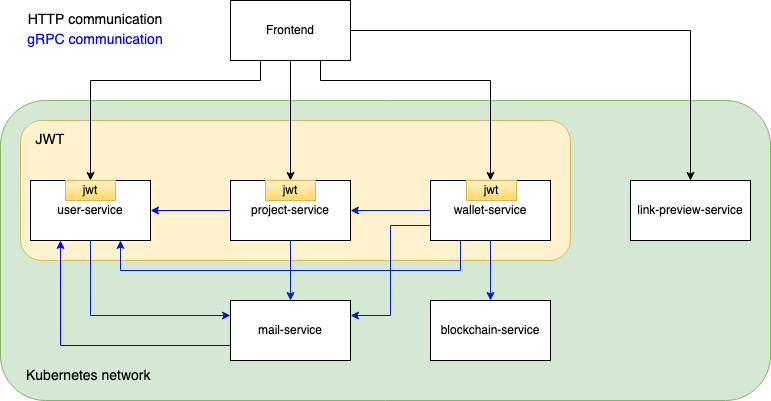
Earlier version of the draw.io export crowdfunding-architecture.png (AMPnet/ampnet-docs). Source tidied: cells renumbered, new cells last; positions are measured from the earlier drawing's top-left corner, leaving out a move shared by most shapes.
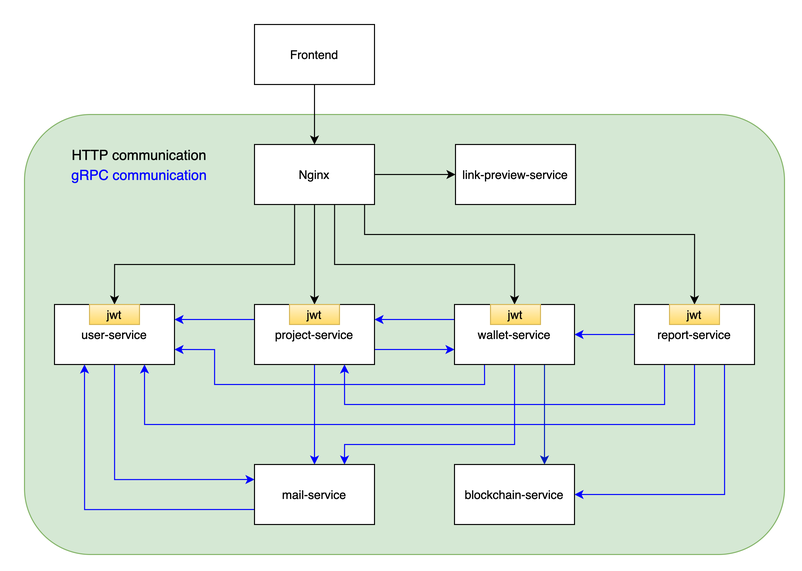
Above is the later version.

Diff of the diagram source:
```diff
@@ -3,94 +3,105 @@
     <mxCell id="0" />
     <mxCell id="1" parent="0" />
     <mxCell id="2" style="rounded=1;whiteSpace=wrap;html=1;fillColor=#d5e8d4;strokeColor=#82b366;" parent="1" vertex="1">
-      <mxGeometry y="100" width="770" height="300" as="geometry" />
+      <mxGeometry y="-10" width="760" height="440" as="geometry" />
     </mxCell>
-    <mxCell id="3" style="rounded=1;whiteSpace=wrap;html=1;fillColor=#fff2cc;strokeColor=#d6b656;" parent="1" vertex="1">
-      <mxGeometry x="20" y="120" width="550" height="140" as="geometry" />
-    </mxCell>
-    <mxCell id="4" style="edgeStyle=orthogonalEdgeStyle;rounded=0;jettySize=auto;html=1;exitX=0.5;exitY=1;exitDx=0;exitDy=0;entryX=0;entryY=0.25;entryDx=0;entryDy=0;fillColor=#0050ef;strokeColor=#001DBC;" parent="1" edge="1" source="5" target="16">
+    <mxCell id="4" style="edgeStyle=orthogonalEdgeStyle;rounded=0;jettySize=auto;html=1;exitX=0.5;exitY=1;exitDx=0;exitDy=0;entryX=0;entryY=0.25;entryDx=0;entryDy=0;fillColor=#0050ef;strokeColor=#0000FF;" parent="1" edge="1" source="5" target="16">
       <mxGeometry relative="1" as="geometry" />
     </mxCell>
     <mxCell id="5" value="user-service" style="rounded=0;whiteSpace=wrap;html=1;" parent="1" vertex="1">
       <mxGeometry x="30" y="180" width="120" height="60" as="geometry" />
     </mxCell>
-    <mxCell id="6" style="edgeStyle=orthogonalEdgeStyle;rounded=0;jettySize=auto;html=1;exitX=0.5;exitY=1;exitDx=0;exitDy=0;fillColor=#0050ef;strokeColor=#001DBC;" parent="1" edge="1" source="8" target="16">
+    <mxCell id="6" style="edgeStyle=orthogonalEdgeStyle;rounded=0;jettySize=auto;html=1;exitX=0.5;exitY=1;exitDx=0;exitDy=0;fillColor=#0050ef;strokeColor=#0000FF;" parent="1" edge="1" source="8" target="16">
       <mxGeometry relative="1" as="geometry" />
     </mxCell>
-    <mxCell id="7" style="edgeStyle=orthogonalEdgeStyle;rounded=0;jettySize=auto;html=1;exitX=0;exitY=0.5;exitDx=0;exitDy=0;strokeColor=#0000FF;" parent="1" edge="1" source="8" target="5">
+    <mxCell id="7" style="edgeStyle=orthogonalEdgeStyle;rounded=0;jettySize=auto;html=1;exitX=0;exitY=0.25;exitDx=0;exitDy=0;strokeColor=#0000FF;entryX=1;entryY=0.25;entryDx=0;entryDy=0;" parent="1" edge="1" source="8" target="5">
       <mxGeometry relative="1" as="geometry" />
     </mxCell>
+    <mxCell id="30" style="edgeStyle=orthogonalEdgeStyle;rounded=0;jettySize=auto;html=1;exitX=1;exitY=0.75;exitDx=0;exitDy=0;entryX=0;entryY=0.75;entryDx=0;entryDy=0;strokeColor=#0000FF;" parent="1" edge="1" source="8" target="13">
+      <mxGeometry relative="1" as="geometry" />
+    </mxCell>
     <mxCell id="8" value="project-service" style="rounded=0;whiteSpace=wrap;html=1;" parent="1" vertex="1">
       <mxGeometry x="230" y="180" width="120" height="60" as="geometry" />
     </mxCell>
-    <mxCell id="9" style="edgeStyle=orthogonalEdgeStyle;rounded=0;jettySize=auto;html=1;exitX=0.5;exitY=1;exitDx=0;exitDy=0;entryX=0.5;entryY=0;entryDx=0;entryDy=0;fillColor=#0050ef;strokeColor=#001DBC;" parent="1" edge="1" source="13" target="14">
+    <mxCell id="9" style="edgeStyle=orthogonalEdgeStyle;rounded=0;jettySize=auto;html=1;exitX=0.75;exitY=1;exitDx=0;exitDy=0;entryX=0.75;entryY=0;entryDx=0;entryDy=0;fillColor=#0050ef;strokeColor=#001DBC;" parent="1" edge="1" source="13" target="14">
       <mxGeometry relative="1" as="geometry" />
     </mxCell>
-    <mxCell id="10" style="edgeStyle=orthogonalEdgeStyle;rounded=0;jettySize=auto;html=1;exitX=0;exitY=0.5;exitDx=0;exitDy=0;entryX=1;entryY=0.5;entryDx=0;entryDy=0;fillColor=#0050ef;strokeColor=#001DBC;" parent="1" edge="1" source="13" target="8">
+    <mxCell id="10" style="edgeStyle=orthogonalEdgeStyle;rounded=0;jettySize=auto;html=1;exitX=0;exitY=0.25;exitDx=0;exitDy=0;entryX=1;entryY=0.25;entryDx=0;entryDy=0;fillColor=#0050ef;strokeColor=#0000FF;" parent="1" edge="1" source="13" target="8">
       <mxGeometry relative="1" as="geometry" />
     </mxCell>
+    <mxCell id="12" style="edgeStyle=orthogonalEdgeStyle;rounded=0;jettySize=auto;html=1;exitX=0.5;exitY=1;exitDx=0;exitDy=0;entryX=0.75;entryY=0;entryDx=0;entryDy=0;fillColor=#1A1A1A;strokeColor=#0000FF;" parent="1" edge="1" source="13" target="16">
+      <mxGeometry relative="1" as="geometry">
+        <Array as="points">
+          <mxPoint x="490" y="320" />
+          <mxPoint x="320" y="320" />
+        </Array>
+      </mxGeometry>
+    </mxCell>
-    <mxCell id="11" style="edgeStyle=orthogonalEdgeStyle;rounded=0;jettySize=auto;html=1;exitX=0.25;exitY=1;exitDx=0;exitDy=0;entryX=0.75;entryY=1;entryDx=0;entryDy=0;fillColor=#0050ef;strokeColor=#001DBC;" parent="1" edge="1" source="13" target="5">
+    <mxCell id="11" style="edgeStyle=orthogonalEdgeStyle;rounded=0;jettySize=auto;html=1;exitX=0.25;exitY=1;exitDx=0;exitDy=0;entryX=1;entryY=0.75;entryDx=0;entryDy=0;strokeColor=#0000FF;fillColor=#1A1A1A;" parent="1" edge="1" source="13" target="5">
       <mxGeometry relative="1" as="geometry">
         <Array as="points">
-          <mxPoint x="460" y="270" />
-          <mxPoint x="120" y="270" />
+          <mxPoint x="460" y="260" />
+          <mxPoint x="190" y="260" />
+          <mxPoint x="190" y="225" />
         </Array>
       </mxGeometry>
     </mxCell>
-    <mxCell id="12" style="edgeStyle=orthogonalEdgeStyle;rounded=0;jettySize=auto;html=1;exitX=0;exitY=0.75;exitDx=0;exitDy=0;entryX=1;entryY=0.25;entryDx=0;entryDy=0;fillColor=#0050ef;strokeColor=#001DBC;" parent="1" edge="1" source="13" target="16">
-      <mxGeometry relative="1" as="geometry" />
-    </mxCell>
     <mxCell id="13" value="wallet-service" style="rounded=0;whiteSpace=wrap;html=1;" parent="1" vertex="1">
       <mxGeometry x="430" y="180" width="120" height="60" as="geometry" />
     </mxCell>
     <mxCell id="14" value="blockchain-service" style="rounded=0;whiteSpace=wrap;html=1;" parent="1" vertex="1">
-      <mxGeometry x="430" y="300" width="120" height="60" as="geometry" />
+      <mxGeometry x="430" y="340" width="120" height="60" as="geometry" />
     </mxCell>
     <mxCell id="15" style="edgeStyle=orthogonalEdgeStyle;rounded=0;jettySize=auto;html=1;exitX=0;exitY=0.75;exitDx=0;exitDy=0;entryX=0.25;entryY=1;entryDx=0;entryDy=0;strokeColor=#0000FF;" parent="1" edge="1" source="16" target="5">
       <mxGeometry relative="1" as="geometry" />
     </mxCell>
     <mxCell id="16" value="mail-service" style="rounded=0;whiteSpace=wrap;html=1;" parent="1" vertex="1">
-      <mxGeometry x="230" y="300" width="120" height="60" as="geometry" />
+      <mxGeometry x="230" y="340" width="120" height="60" as="geometry" />
     </mxCell>
     <mxCell id="17" value="link-preview-service" style="rounded=0;whiteSpace=wrap;html=1;" parent="1" vertex="1">
-      <mxGeometry x="630" y="180" width="120" height="60" as="geometry" />
+      <mxGeometry x="431" y="20" width="120" height="60" as="geometry" />
     </mxCell>
-    <mxCell id="18" value="JWT" style="text;html=1;strokeColor=none;fillColor=none;align=center;verticalAlign=middle;whiteSpace=wrap;rounded=0;fontSize=14;" parent="1" vertex="1">
-      <mxGeometry x="30" y="130" width="40" height="20" as="geometry" />
-    </mxCell>
-    <mxCell id="19" value="Kubernetes network" style="text;html=1;strokeColor=none;fillColor=none;align=left;verticalAlign=middle;whiteSpace=wrap;rounded=0;fontSize=14;" parent="1" vertex="1">
-      <mxGeometry x="24" y="366" width="170" height="20" as="geometry" />
-    </mxCell>
     <mxCell id="20" style="edgeStyle=orthogonalEdgeStyle;rounded=0;jettySize=auto;html=1;exitX=0.5;exitY=1;exitDx=0;exitDy=0;" parent="1" edge="1" source="24" target="8">
       <mxGeometry relative="1" as="geometry" />
     </mxCell>
     <mxCell id="21" style="edgeStyle=orthogonalEdgeStyle;rounded=0;jettySize=auto;html=1;exitX=0.25;exitY=1;exitDx=0;exitDy=0;entryX=0.5;entryY=0;entryDx=0;entryDy=0;" parent="1" edge="1" source="24" target="5">
       <mxGeometry relative="1" as="geometry">
         <Array as="points">
-          <mxPoint x="260" y="80" />
-          <mxPoint x="90" y="80" />
+          <mxPoint x="270" y="80" />
+          <mxPoint x="270" y="140" />
+          <mxPoint x="90" y="140" />
         </Array>
       </mxGeometry>
     </mxCell>
     <mxCell id="22" style="edgeStyle=orthogonalEdgeStyle;rounded=0;jettySize=auto;html=1;exitX=0.75;exitY=1;exitDx=0;exitDy=0;" parent="1" edge="1" source="24" target="13">
       <mxGeometry relative="1" as="geometry">
         <Array as="points">
-          <mxPoint x="320" y="80" />
-          <mxPoint x="490" y="80" />
+          <mxPoint x="310" y="80" />
+          <mxPoint x="310" y="140" />
+          <mxPoint x="490" y="140" />
         </Array>
       </mxGeometry>
     </mxCell>
+    <mxCell id="31" style="edgeStyle=orthogonalEdgeStyle;rounded=0;jettySize=auto;html=1;exitX=0.75;exitY=1;exitDx=0;exitDy=0;entryX=0.5;entryY=0;entryDx=0;entryDy=0;fillColor=#1A1A1A;" parent="1" edge="1" source="24" target="37">
+      <mxGeometry relative="1" as="geometry">
+        <Array as="points">
+          <mxPoint x="340" y="80" />
+          <mxPoint x="340" y="110" />
+          <mxPoint x="670" y="110" />
+        </Array>
+      </mxGeometry>
+    </mxCell>
-    <mxCell id="23" style="edgeStyle=orthogonalEdgeStyle;rounded=0;jettySize=auto;html=1;exitX=1;exitY=0.5;exitDx=0;exitDy=0;" parent="1" edge="1" source="24" target="17">
+    <mxCell id="23" style="edgeStyle=orthogonalEdgeStyle;rounded=0;jettySize=auto;html=1;exitX=1;exitY=0.5;exitDx=0;exitDy=0;entryX=0;entryY=0.5;entryDx=0;entryDy=0;fillColor=#1A1A1A;" parent="1" edge="1" source="24" target="17">
       <mxGeometry relative="1" as="geometry" />
     </mxCell>
-    <mxCell id="24" value="Frontend" style="rounded=0;whiteSpace=wrap;html=1;" parent="1" vertex="1">
-      <mxGeometry x="230" width="120" height="60" as="geometry" />
+    <mxCell id="24" value="Nginx" style="rounded=0;whiteSpace=wrap;html=1;" parent="1" vertex="1">
+      <mxGeometry x="230" y="20" width="120" height="60" as="geometry" />
     </mxCell>
     <mxCell id="25" value="gRPC communication" style="text;html=1;strokeColor=none;fillColor=none;align=center;verticalAlign=middle;whiteSpace=wrap;rounded=0;fontColor=#0000FF;fontSize=14;" parent="1" vertex="1">
-      <mxGeometry x="20" y="30" width="150" height="20" as="geometry" />
+      <mxGeometry x="40" y="40" width="150" height="20" as="geometry" />
     </mxCell>
     <mxCell id="26" value="&lt;font style=&quot;font-size: 14px;&quot;&gt;HTTP communication&lt;/font&gt;" style="text;html=1;strokeColor=none;fillColor=none;align=center;verticalAlign=middle;whiteSpace=wrap;rounded=0;fontColor=#000000;fontSize=14;" parent="1" vertex="1">
-      <mxGeometry x="20" y="10" width="150" height="20" as="geometry" />
+      <mxGeometry x="40" y="20" width="150" height="20" as="geometry" />
     </mxCell>
     <mxCell id="27" value="&lt;font color=&quot;#000000&quot;&gt;jwt&lt;/font&gt;" style="rounded=0;whiteSpace=wrap;html=1;fillColor=#fff2cc;strokeColor=#d6b656;gradientColor=#ffd966;" parent="1" vertex="1">
       <mxGeometry x="65" y="180" width="50" height="20" as="geometry" />
@@ -101,5 +112,43 @@
     <mxCell id="29" value="&lt;font color=&quot;#000000&quot;&gt;jwt&lt;/font&gt;" style="rounded=0;whiteSpace=wrap;html=1;fillColor=#fff2cc;strokeColor=#d6b656;gradientColor=#ffd966;" parent="1" vertex="1">
       <mxGeometry x="466" y="180" width="50" height="20" as="geometry" />
     </mxCell>
+    <mxCell id="32" style="edgeStyle=orthogonalEdgeStyle;rounded=0;jettySize=auto;html=1;exitX=0;exitY=0.5;exitDx=0;exitDy=0;entryX=1;entryY=0.5;entryDx=0;entryDy=0;strokeColor=#0000FF;" parent="1" edge="1" source="36" target="13">
+      <mxGeometry relative="1" as="geometry" />
+    </mxCell>
+    <mxCell id="33" style="edgeStyle=orthogonalEdgeStyle;rounded=0;jettySize=auto;html=1;exitX=0.75;exitY=1;exitDx=0;exitDy=0;entryX=1;entryY=0.5;entryDx=0;entryDy=0;strokeColor=#0000FF;" parent="1" edge="1" source="36" target="14">
+      <mxGeometry relative="1" as="geometry">
+        <Array as="points">
+          <mxPoint x="700" y="370" />
+        </Array>
+      </mxGeometry>
+    </mxCell>
+    <mxCell id="34" style="edgeStyle=orthogonalEdgeStyle;rounded=0;jettySize=auto;html=1;exitX=0.25;exitY=1;exitDx=0;exitDy=0;entryX=0.75;entryY=1;entryDx=0;entryDy=0;fillColor=#1A1A1A;strokeColor=#0000FF;" parent="1" edge="1" source="36" target="8">
+      <mxGeometry relative="1" as="geometry">
+        <Array as="points">
+          <mxPoint x="640" y="280" />
+          <mxPoint x="320" y="280" />
+        </Array>
+      </mxGeometry>
+    </mxCell>
+    <mxCell id="35" style="edgeStyle=orthogonalEdgeStyle;rounded=0;jettySize=auto;html=1;exitX=0.5;exitY=1;exitDx=0;exitDy=0;entryX=0.75;entryY=1;entryDx=0;entryDy=0;fillColor=#1A1A1A;strokeColor=#0000FF;" parent="1" edge="1" source="36" target="5">
+      <mxGeometry relative="1" as="geometry">
+        <Array as="points">
+          <mxPoint x="670" y="300" />
+          <mxPoint x="120" y="300" />
+        </Array>
+      </mxGeometry>
+    </mxCell>
+    <mxCell id="36" value="&lt;div&gt;report-service&lt;/div&gt;" style="rounded=0;whiteSpace=wrap;html=1;" parent="1" vertex="1">
+      <mxGeometry x="610" y="180" width="120" height="60" as="geometry" />
+    </mxCell>
+    <mxCell id="37" value="&lt;font color=&quot;#000000&quot;&gt;jwt&lt;/font&gt;" style="rounded=0;whiteSpace=wrap;html=1;fillColor=#fff2cc;strokeColor=#d6b656;gradientColor=#ffd966;" parent="1" vertex="1">
+      <mxGeometry x="645" y="180" width="50" height="20" as="geometry" />
+    </mxCell>
+    <mxCell id="38" style="edgeStyle=orthogonalEdgeStyle;rounded=0;jettySize=auto;html=1;exitX=0.5;exitY=1;exitDx=0;exitDy=0;entryX=0.5;entryY=0;entryDx=0;entryDy=0;fillColor=#1A1A1A;" parent="1" edge="1" source="39" target="24">
+      <mxGeometry relative="1" as="geometry" />
+    </mxCell>
+    <mxCell id="39" value="Frontend" style="rounded=0;whiteSpace=wrap;html=1;" parent="1" vertex="1">
+      <mxGeometry x="230" y="-100" width="120" height="60" as="geometry" />
+    </mxCell>
   </root>
 </mxGraphModel>
```
